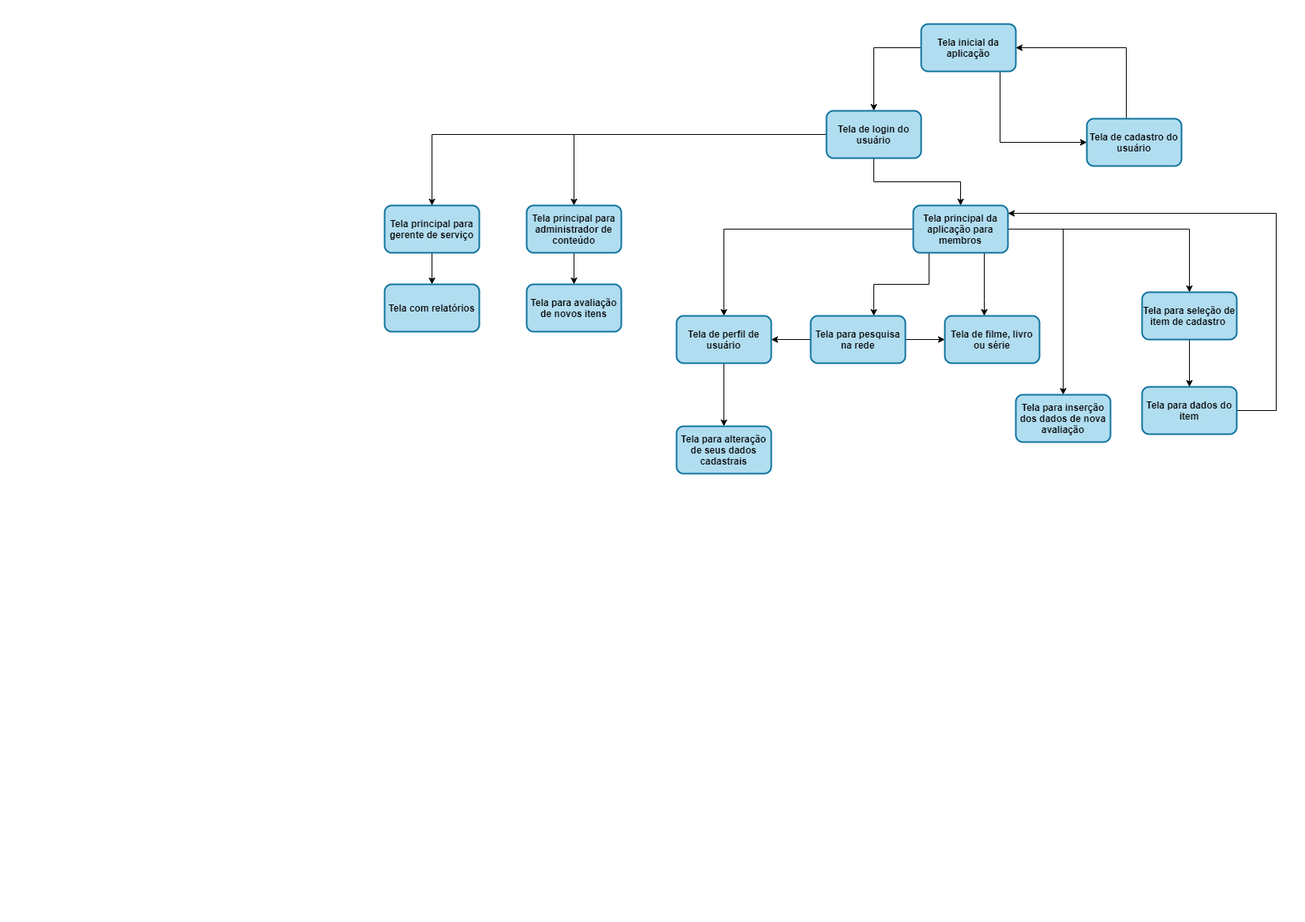
This is DiagramaNavegacao.png from jujudacoca/Projeto-Prat.-Prof, a draw.io export, as it was before one commit. Source tidied: cells renumbered, new cells last; positions are measured from the earlier drawing's top-left corner, leaving out a move shared by most shapes.
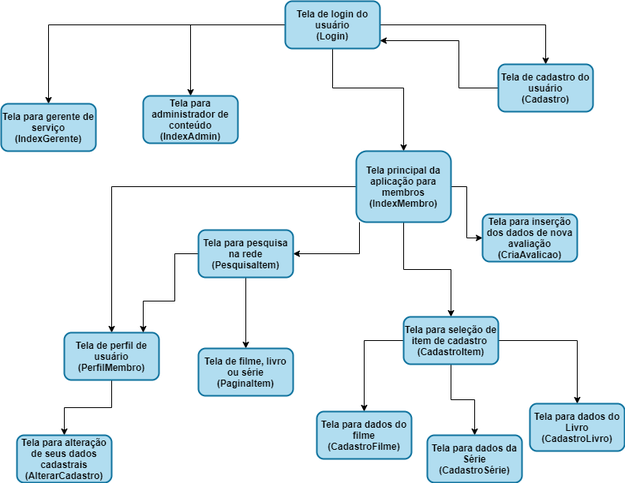
Later version of the same file.

What changed in the source:
```diff
@@ -2,21 +2,13 @@
   <root>
     <mxCell id="0" />
     <mxCell id="1" parent="0" />
-    <mxCell id="2" style="edgeStyle=orthogonalEdgeStyle;rounded=0;jettySize=auto;html=1;fontFamily=Helvetica;" parent="1" edge="1" source="4" target="10">
-      <mxGeometry relative="1" as="geometry">
-        <Array as="points">
-          <mxPoint x="780" y="150" />
-        </Array>
-      </mxGeometry>
-    </mxCell>
-    <mxCell id="3" style="edgeStyle=orthogonalEdgeStyle;rounded=0;jettySize=auto;html=1;exitX=0;exitY=0.5;exitDx=0;exitDy=0;fontFamily=Helvetica;" parent="1" edge="1" source="4" target="8">
-      <mxGeometry relative="1" as="geometry" />
-    </mxCell>
-    <mxCell id="4" value="Tela inicial da aplicação" style="rounded=1;whiteSpace=wrap;html=1;strokeColor=#10739e;fillColor=#b1ddf0;strokeWidth=2;fontStyle=1;fontFamily=Helvetica;" parent="1" vertex="1">
-      <mxGeometry x="680" width="120" height="60" as="geometry" />
-    </mxCell>
     <mxCell id="5" style="edgeStyle=orthogonalEdgeStyle;rounded=0;jettySize=auto;html=1;entryX=0.5;entryY=0;entryDx=0;entryDy=0;fontFamily=Helvetica;" parent="1" edge="1" source="8" target="16">
-      <mxGeometry relative="1" as="geometry" />
+      <mxGeometry relative="1" as="geometry">
+        <Array as="points">
+          <mxPoint x="780" y="130" />
+          <mxPoint x="870" y="130" />
+        </Array>
+      </mxGeometry>
     </mxCell>
     <mxCell id="6" style="edgeStyle=orthogonalEdgeStyle;rounded=0;jettySize=auto;html=1;fontFamily=Helvetica;entryX=0.5;entryY=0;entryDx=0;entryDy=0;" parent="1" edge="1" source="8" target="30">
       <mxGeometry relative="1" as="geometry" />
@@ -24,105 +16,105 @@
     <mxCell id="7" style="edgeStyle=orthogonalEdgeStyle;rounded=0;jettySize=auto;html=1;fontFamily=Helvetica;" parent="1" edge="1" source="8" target="33">
       <mxGeometry relative="1" as="geometry" />
     </mxCell>
+    <mxCell id="35" style="edgeStyle=orthogonalEdgeStyle;rounded=0;jettySize=auto;html=1;" parent="1" edge="1" source="8" target="10">
+      <mxGeometry relative="1" as="geometry" />
+    </mxCell>
-    <mxCell id="8" value="Tela de login do usuário" style="rounded=1;whiteSpace=wrap;html=1;strokeColor=#10739e;fillColor=#b1ddf0;strokeWidth=2;fontStyle=1;fontFamily=Helvetica;" parent="1" vertex="1">
-      <mxGeometry x="560" y="110" width="120" height="60" as="geometry" />
+    <mxCell id="8" value="Tela de login do usuário&lt;br&gt;(Login)" style="rounded=1;whiteSpace=wrap;html=1;strokeColor=#10739e;fillColor=#b1ddf0;strokeWidth=2;fontStyle=1;fontFamily=Helvetica;" parent="1" vertex="1">
+      <mxGeometry x="720" y="20" width="120" height="60" as="geometry" />
     </mxCell>
-    <mxCell id="9" style="edgeStyle=orthogonalEdgeStyle;rounded=0;jettySize=auto;html=1;fontFamily=Helvetica;" parent="1" edge="1" source="10" target="4">
+    <mxCell id="9" style="edgeStyle=orthogonalEdgeStyle;rounded=0;jettySize=auto;html=1;fontFamily=Helvetica;" parent="1" edge="1" source="10" target="8">
       <mxGeometry relative="1" as="geometry">
         <Array as="points">
-          <mxPoint x="940" y="30" />
+          <mxPoint x="940" y="130" />
+          <mxPoint x="940" y="70" />
         </Array>
       </mxGeometry>
     </mxCell>
-    <mxCell id="10" value="Tela de cadastro do usuário" style="rounded=1;whiteSpace=wrap;html=1;strokeColor=#10739e;fillColor=#b1ddf0;strokeWidth=2;fontStyle=1;fontFamily=Helvetica;" parent="1" vertex="1">
-      <mxGeometry x="890" y="120" width="120" height="60" as="geometry" />
+    <mxCell id="10" value="Tela de cadastro do usuário&lt;br&gt;(Cadastro)" style="rounded=1;whiteSpace=wrap;html=1;strokeColor=#10739e;fillColor=#b1ddf0;strokeWidth=2;fontStyle=1;fontFamily=Helvetica;" parent="1" vertex="1">
+      <mxGeometry x="990" y="100" width="120" height="60" as="geometry" />
     </mxCell>
-    <mxCell id="11" style="edgeStyle=orthogonalEdgeStyle;rounded=0;jettySize=auto;html=1;fontFamily=Helvetica;" parent="1" edge="1" source="16" target="21">
-      <mxGeometry relative="1" as="geometry">
-        <Array as="points">
-          <mxPoint x="690" y="330" />
-          <mxPoint x="620" y="330" />
-        </Array>
-      </mxGeometry>
-    </mxCell>
     <mxCell id="12" style="edgeStyle=orthogonalEdgeStyle;rounded=0;jettySize=auto;html=1;fontFamily=Helvetica;" parent="1" edge="1" source="16" target="18">
       <mxGeometry relative="1" as="geometry" />
     </mxCell>
-    <mxCell id="13" style="edgeStyle=orthogonalEdgeStyle;rounded=0;jettySize=auto;html=1;fontFamily=Helvetica;" parent="1" edge="1" source="16" target="22">
-      <mxGeometry relative="1" as="geometry">
-        <Array as="points">
-          <mxPoint x="760" y="350" />
-          <mxPoint x="760" y="350" />
-        </Array>
-      </mxGeometry>
-    </mxCell>
     <mxCell id="14" style="edgeStyle=orthogonalEdgeStyle;rounded=0;jettySize=auto;html=1;fontFamily=Helvetica;" parent="1" edge="1" source="16" target="24">
       <mxGeometry relative="1" as="geometry" />
     </mxCell>
     <mxCell id="15" style="edgeStyle=orthogonalEdgeStyle;rounded=0;jettySize=auto;html=1;fontFamily=Helvetica;" parent="1" edge="1" source="16" target="28">
       <mxGeometry relative="1" as="geometry" />
     </mxCell>
+    <mxCell id="11" style="edgeStyle=orthogonalEdgeStyle;rounded=0;jettySize=auto;html=1;" parent="1" edge="1" source="16" target="21">
+      <mxGeometry relative="1" as="geometry">
+        <Array as="points">
+          <mxPoint x="814" y="250" />
+        </Array>
+      </mxGeometry>
+    </mxCell>
-    <mxCell id="16" value="Tela principal da aplicação para membros" style="rounded=1;whiteSpace=wrap;html=1;strokeColor=#10739e;fillColor=#b1ddf0;strokeWidth=2;fontStyle=1;fontFamily=Helvetica;" parent="1" vertex="1">
-      <mxGeometry x="670" y="230" width="120" height="60" as="geometry" />
+    <mxCell id="16" value="Tela principal da aplicação para membros&lt;br&gt;(IndexMembro)" style="rounded=1;whiteSpace=wrap;html=1;strokeColor=#10739e;fillColor=#b1ddf0;strokeWidth=2;fontStyle=1;fontFamily=Helvetica;" parent="1" vertex="1">
+      <mxGeometry x="810" y="210" width="120" height="90" as="geometry" />
     </mxCell>
     <mxCell id="17" style="edgeStyle=orthogonalEdgeStyle;rounded=0;jettySize=auto;html=1;fontFamily=Helvetica;" parent="1" edge="1" source="18" target="27">
       <mxGeometry relative="1" as="geometry" />
     </mxCell>
-    <mxCell id="18" value="Tela de perfil de usuário" style="rounded=1;whiteSpace=wrap;html=1;strokeColor=#10739e;fillColor=#b1ddf0;strokeWidth=2;fontStyle=1;fontFamily=Helvetica;" parent="1" vertex="1">
-      <mxGeometry x="370" y="370" width="120" height="60" as="geometry" />
+    <mxCell id="18" value="Tela de perfil de usuário&lt;br&gt;(PerfilMembro)" style="rounded=1;whiteSpace=wrap;html=1;strokeColor=#10739e;fillColor=#b1ddf0;strokeWidth=2;fontStyle=1;fontFamily=Helvetica;" parent="1" vertex="1">
+      <mxGeometry x="440" y="440" width="120" height="60" as="geometry" />
     </mxCell>
+    <mxCell id="20" style="edgeStyle=orthogonalEdgeStyle;rounded=0;jettySize=auto;html=1;fontFamily=Helvetica;" parent="1" edge="1" source="21" target="22">
+      <mxGeometry relative="1" as="geometry" />
+    </mxCell>
-    <mxCell id="19" style="edgeStyle=orthogonalEdgeStyle;rounded=0;jettySize=auto;html=1;fontFamily=Helvetica;" parent="1" edge="1" source="21" target="18">
-      <mxGeometry relative="1" as="geometry" />
+    <mxCell id="19" style="edgeStyle=orthogonalEdgeStyle;rounded=0;jettySize=auto;html=1;" parent="1" edge="1" source="21" target="18">
+      <mxGeometry relative="1" as="geometry">
+        <Array as="points">
+          <mxPoint x="580" y="340" />
+          <mxPoint x="580" y="400" />
+          <mxPoint x="540" y="400" />
+        </Array>
+      </mxGeometry>
     </mxCell>
-    <mxCell id="20" style="edgeStyle=orthogonalEdgeStyle;rounded=0;jettySize=auto;html=1;fontFamily=Helvetica;" parent="1" edge="1" source="21" target="22">
-      <mxGeometry relative="1" as="geometry" />
-    </mxCell>
-    <mxCell id="21" value="Tela para pesquisa na rede" style="rounded=1;whiteSpace=wrap;html=1;strokeColor=#10739e;fillColor=#b1ddf0;strokeWidth=2;fontStyle=1;fontFamily=Helvetica;" parent="1" vertex="1">
-      <mxGeometry x="540" y="370" width="120" height="60" as="geometry" />
+    <mxCell id="21" value="Tela para pesquisa na rede&lt;br&gt;(PesquisaItem)" style="rounded=1;whiteSpace=wrap;html=1;strokeColor=#10739e;fillColor=#b1ddf0;strokeWidth=2;fontStyle=1;fontFamily=Helvetica;" parent="1" vertex="1">
+      <mxGeometry x="610" y="310" width="120" height="60" as="geometry" />
     </mxCell>
-    <mxCell id="22" value="Tela de filme, livro ou série" style="rounded=1;whiteSpace=wrap;html=1;strokeColor=#10739e;fillColor=#b1ddf0;strokeWidth=2;fontStyle=1;fontFamily=Helvetica;" parent="1" vertex="1">
-      <mxGeometry x="710" y="370" width="120" height="60" as="geometry" />
+    <mxCell id="22" value="Tela de filme, livro ou série&lt;br&gt;(PaginaItem)" style="rounded=1;whiteSpace=wrap;html=1;strokeColor=#10739e;fillColor=#b1ddf0;strokeWidth=2;fontStyle=1;fontFamily=Helvetica;" parent="1" vertex="1">
+      <mxGeometry x="610" y="460" width="120" height="60" as="geometry" />
     </mxCell>
     <mxCell id="23" style="edgeStyle=orthogonalEdgeStyle;rounded=0;jettySize=auto;html=1;fontFamily=Helvetica;" parent="1" edge="1" source="24" target="26">
       <mxGeometry relative="1" as="geometry" />
     </mxCell>
+    <mxCell id="36" style="edgeStyle=orthogonalEdgeStyle;rounded=0;jettySize=auto;html=1;entryX=0.5;entryY=0;entryDx=0;entryDy=0;" parent="1" edge="1" source="24" target="40">
+      <mxGeometry relative="1" as="geometry">
+        <Array as="points">
+          <mxPoint x="820" y="450" />
+        </Array>
+      </mxGeometry>
+    </mxCell>
+    <mxCell id="37" style="edgeStyle=orthogonalEdgeStyle;rounded=0;jettySize=auto;html=1;" parent="1" edge="1" source="24" target="39">
+      <mxGeometry relative="1" as="geometry" />
+    </mxCell>
-    <mxCell id="24" value="Tela para seleção de item de cadastro&amp;nbsp;" style="rounded=1;whiteSpace=wrap;html=1;strokeColor=#10739e;fillColor=#b1ddf0;strokeWidth=2;fontStyle=1;fontFamily=Helvetica;" parent="1" vertex="1">
-      <mxGeometry x="960" y="340" width="120" height="60" as="geometry" />
+    <mxCell id="24" value="Tela para seleção de item de cadastro&amp;nbsp;&lt;br&gt;(CadastroItem)" style="rounded=1;whiteSpace=wrap;html=1;strokeColor=#10739e;fillColor=#b1ddf0;strokeWidth=2;fontStyle=1;fontFamily=Helvetica;" parent="1" vertex="1">
+      <mxGeometry x="870" y="420" width="120" height="60" as="geometry" />
     </mxCell>
-    <mxCell id="25" style="edgeStyle=orthogonalEdgeStyle;rounded=0;jettySize=auto;html=1;fontFamily=Helvetica;" parent="1" edge="1" source="26" target="16">
-      <mxGeometry relative="1" as="geometry">
-        <Array as="points">
-          <mxPoint x="1130" y="490" />
-          <mxPoint x="1130" y="240" />
-        </Array>
-      </mxGeometry>
-    </mxCell>
-    <mxCell id="26" value="Tela para dados do item" style="rounded=1;whiteSpace=wrap;html=1;strokeColor=#10739e;fillColor=#b1ddf0;strokeWidth=2;fontStyle=1;fontFamily=Helvetica;" parent="1" vertex="1">
-      <mxGeometry x="960" y="460" width="120" height="60" as="geometry" />
+    <mxCell id="26" value="Tela para dados do Livro&lt;br&gt;(CadastroLivro)" style="rounded=1;whiteSpace=wrap;html=1;strokeColor=#10739e;fillColor=#b1ddf0;strokeWidth=2;fontStyle=1;fontFamily=Helvetica;" parent="1" vertex="1">
+      <mxGeometry x="1030" y="530" width="120" height="60" as="geometry" />
     </mxCell>
-    <mxCell id="27" value="Tela para alteração de seus dados cadastrais" style="rounded=1;whiteSpace=wrap;html=1;strokeColor=#10739e;fillColor=#b1ddf0;strokeWidth=2;fontStyle=1;fontFamily=Helvetica;" parent="1" vertex="1">
-      <mxGeometry x="370" y="510" width="120" height="60" as="geometry" />
+    <mxCell id="27" value="Tela para alteração de seus dados cadastrais&lt;br&gt;(AlterarCadastro)" style="rounded=1;whiteSpace=wrap;html=1;strokeColor=#10739e;fillColor=#b1ddf0;strokeWidth=2;fontStyle=1;fontFamily=Helvetica;" parent="1" vertex="1">
+      <mxGeometry x="380" y="570" width="120" height="60" as="geometry" />
     </mxCell>
-    <mxCell id="28" value="Tela para inserção dos dados de nova avaliação" style="rounded=1;whiteSpace=wrap;html=1;strokeColor=#10739e;fillColor=#b1ddf0;strokeWidth=2;fontStyle=1;fontFamily=Helvetica;" parent="1" vertex="1">
-      <mxGeometry x="800" y="470" width="120" height="60" as="geometry" />
+    <mxCell id="28" value="Tela para inserção dos dados de nova avaliação&lt;br&gt;(CriaAvalicao)" style="rounded=1;whiteSpace=wrap;html=1;strokeColor=#10739e;fillColor=#b1ddf0;strokeWidth=2;fontStyle=1;fontFamily=Helvetica;" parent="1" vertex="1">
+      <mxGeometry x="970" y="290" width="120" height="60" as="geometry" />
     </mxCell>
-    <mxCell id="29" style="edgeStyle=orthogonalEdgeStyle;rounded=0;jettySize=auto;html=1;fontFamily=Helvetica;" parent="1" edge="1" source="30" target="31">
-      <mxGeometry relative="1" as="geometry" />
-    </mxCell>
-    <mxCell id="30" value="Tela principal para administrador de conteúdo" style="rounded=1;whiteSpace=wrap;html=1;strokeColor=#10739e;fillColor=#b1ddf0;strokeWidth=2;fontStyle=1;fontFamily=Helvetica;" parent="1" vertex="1">
-      <mxGeometry x="180" y="230" width="120" height="60" as="geometry" />
+    <mxCell id="30" value="Tela para administrador de conteúdo&lt;br&gt;(IndexAdmin)" style="rounded=1;whiteSpace=wrap;html=1;strokeColor=#10739e;fillColor=#b1ddf0;strokeWidth=2;fontStyle=1;fontFamily=Helvetica;" parent="1" vertex="1">
+      <mxGeometry x="540" y="140" width="120" height="60" as="geometry" />
     </mxCell>
-    <mxCell id="31" value="Tela para avaliação de novos itens" style="rounded=1;whiteSpace=wrap;html=1;strokeColor=#10739e;fillColor=#b1ddf0;strokeWidth=2;fontStyle=1;fontFamily=Helvetica;" parent="1" vertex="1">
-      <mxGeometry x="180" y="330" width="120" height="60" as="geometry" />
-    </mxCell>
-    <mxCell id="32" style="edgeStyle=orthogonalEdgeStyle;rounded=0;jettySize=auto;html=1;fontFamily=Helvetica;" parent="1" edge="1" source="33" target="34">
-      <mxGeometry relative="1" as="geometry" />
-    </mxCell>
-    <mxCell id="33" value="Tela principal para gerente de serviço" style="rounded=1;whiteSpace=wrap;html=1;strokeColor=#10739e;fillColor=#b1ddf0;strokeWidth=2;fontStyle=1;fontFamily=Helvetica;" parent="1" vertex="1">
-      <mxGeometry y="230" width="120" height="60" as="geometry" />
+    <mxCell id="33" value="Tela para gerente de serviço&lt;br&gt;(IndexGerente)" style="rounded=1;whiteSpace=wrap;html=1;strokeColor=#10739e;fillColor=#b1ddf0;strokeWidth=2;fontStyle=1;fontFamily=Helvetica;" parent="1" vertex="1">
+      <mxGeometry x="360" y="150" width="120" height="60" as="geometry" />
     </mxCell>
-    <mxCell id="34" value="Tela com relatórios" style="rounded=1;whiteSpace=wrap;html=1;strokeColor=#10739e;fillColor=#b1ddf0;strokeWidth=2;fontStyle=1;fontFamily=Helvetica;" parent="1" vertex="1">
-      <mxGeometry y="330" width="120" height="60" as="geometry" />
-    </mxCell>
+    <mxCell id="38" style="edgeStyle=orthogonalEdgeStyle;rounded=0;orthogonalLoop=1;jettySize=auto;html=1;exitX=0.5;exitY=1;exitDx=0;exitDy=0;" parent="1" edge="1" source="30" target="30">
+      <mxGeometry relative="1" as="geometry" />
+    </mxCell>
+    <mxCell id="39" value="Tela para dados da Série&lt;br&gt;(CadastroSérie)" style="rounded=1;whiteSpace=wrap;html=1;strokeColor=#10739e;fillColor=#b1ddf0;strokeWidth=2;fontStyle=1;fontFamily=Helvetica;" parent="1" vertex="1">
+      <mxGeometry x="900" y="570" width="120" height="60" as="geometry" />
+    </mxCell>
+    <mxCell id="40" value="Tela para dados do filme&lt;br&gt;(CadastroFilme)" style="rounded=1;whiteSpace=wrap;html=1;strokeColor=#10739e;fillColor=#b1ddf0;strokeWidth=2;fontStyle=1;fontFamily=Helvetica;" parent="1" vertex="1">
+      <mxGeometry x="760" y="540" width="120" height="60" as="geometry" />
+    </mxCell>
   </root>
 </mxGraphModel>
```
